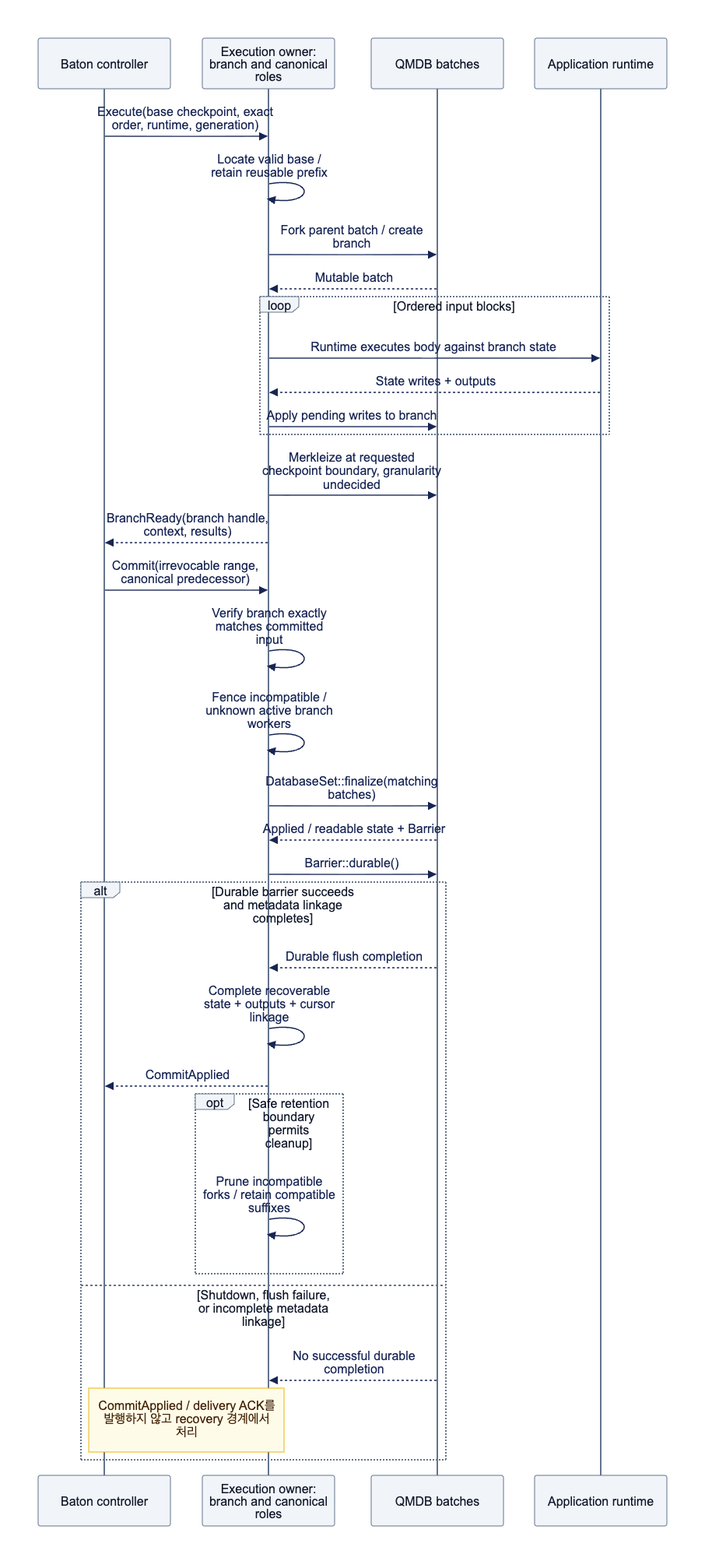
Above: assets/diagrams/diagram-09.png in djm07073/baton-research (Mermaid), before the change. Its source is kept beside it as assets/diagrams/diagram-09.mmd.
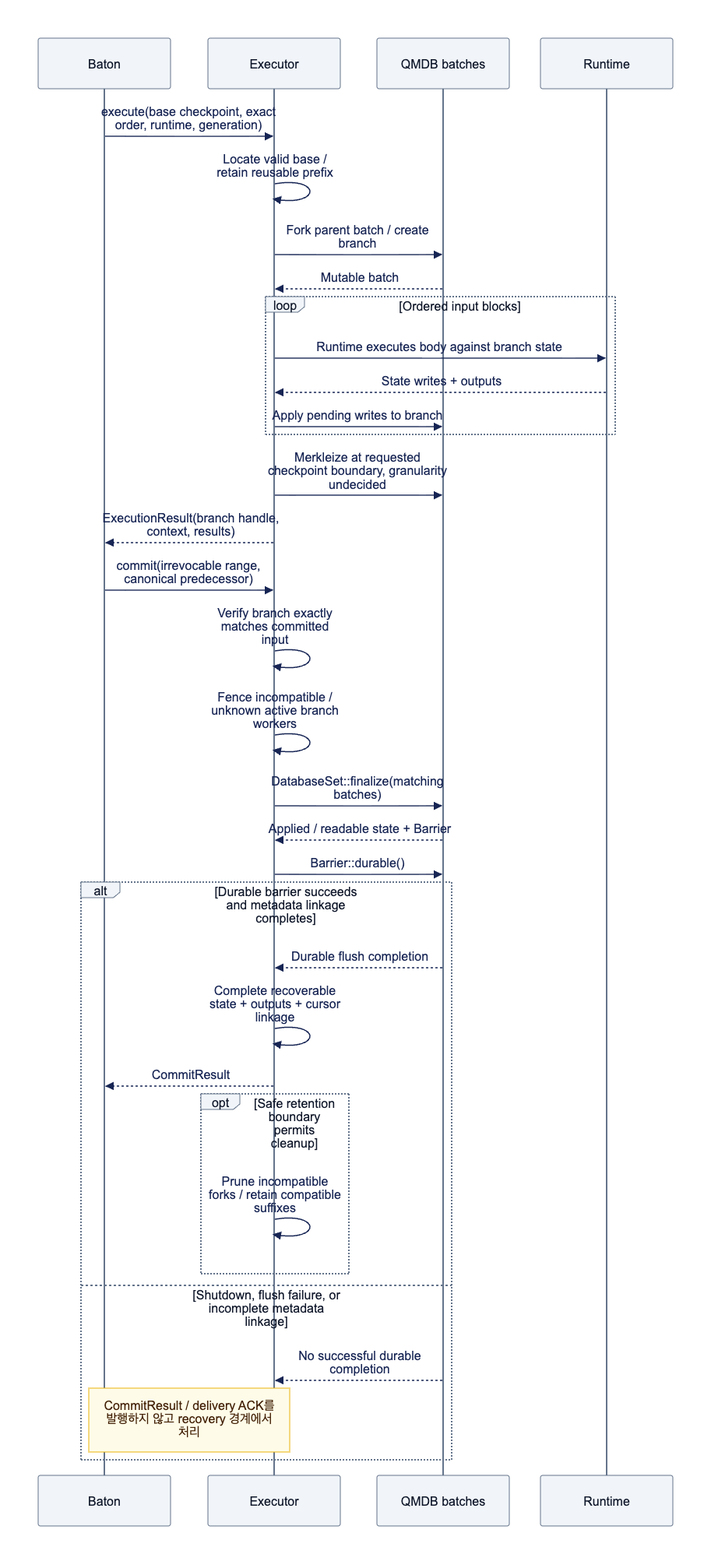
Later version of the same file.

Diff of the diagram source:
```diff
@@ -1,9 +1,9 @@
 sequenceDiagram
-    participant B as Baton controller
-    participant O as Execution owner: branch and canonical roles
+    participant B as Baton
+    participant O as Executor
     participant Q as QMDB batches
-    participant A as Application runtime
-    B->>O: Execute(base checkpoint, exact order, runtime, generation)
+    participant A as Runtime
+    B->>O: execute(base checkpoint, exact order, runtime, generation)
     O->>O: Locate valid base / retain reusable prefix
     O->>Q: Fork parent batch / create branch
     Q-->>O: Mutable batch
@@ -13,8 +13,8 @@
         O->>Q: Apply pending writes to branch
     end
     O->>Q: Merkleize at requested checkpoint boundary, granularity undecided
-    O-->>B: BranchReady(branch handle, context, results)
-    B->>O: Commit(irrevocable range, canonical predecessor)
+    O-->>B: ExecutionResult(branch handle, context, results)
+    B->>O: commit(irrevocable range, canonical predecessor)
     O->>O: Verify branch exactly matches committed input
     O->>O: Fence incompatible / unknown active branch workers
     O->>Q: DatabaseSet::finalize(matching batches)
@@ -23,11 +23,11 @@
     alt Durable barrier succeeds and metadata linkage completes
         Q-->>O: Durable flush completion
         O->>O: Complete recoverable state + outputs + cursor linkage
-        O-->>B: CommitApplied
+        O-->>B: CommitResult
         opt Safe retention boundary permits cleanup
             O->>O: Prune incompatible forks / retain compatible suffixes
         end
     else Shutdown, flush failure, or incomplete metadata linkage
         Q-->>O: No successful durable completion
-        Note over B,O: CommitApplied / delivery ACK를 발행하지 않고 recovery 경계에서 처리
+        Note over B,O: CommitResult / delivery ACK를 발행하지 않고 recovery 경계에서 처리
     end
```
